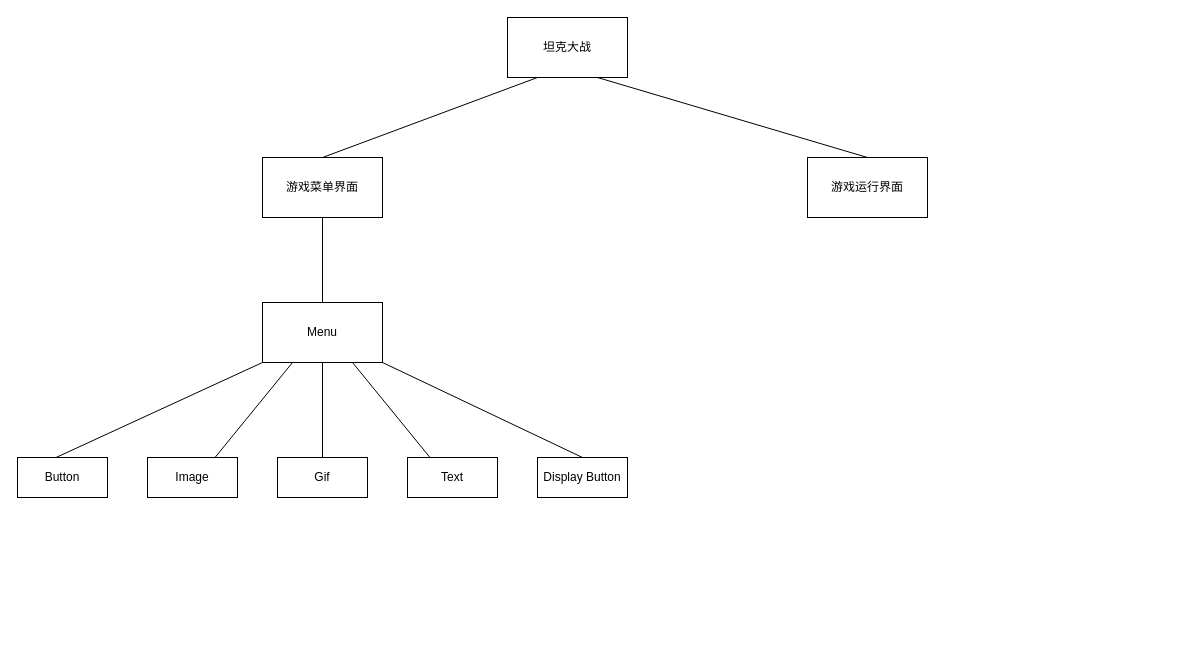
The draw.io diagram 坦克大战架构图.drawio in shinejjy/Flow-Chart, before the edit. Source tidied: cells renumbered, new cells numbered last; positions are measured from the earlier drawing's top-left corner, leaving out a move shared by most shapes. Both pictures are drawn from the tidied source at 100%, with x=0, y=0 at pixel (17, 17).
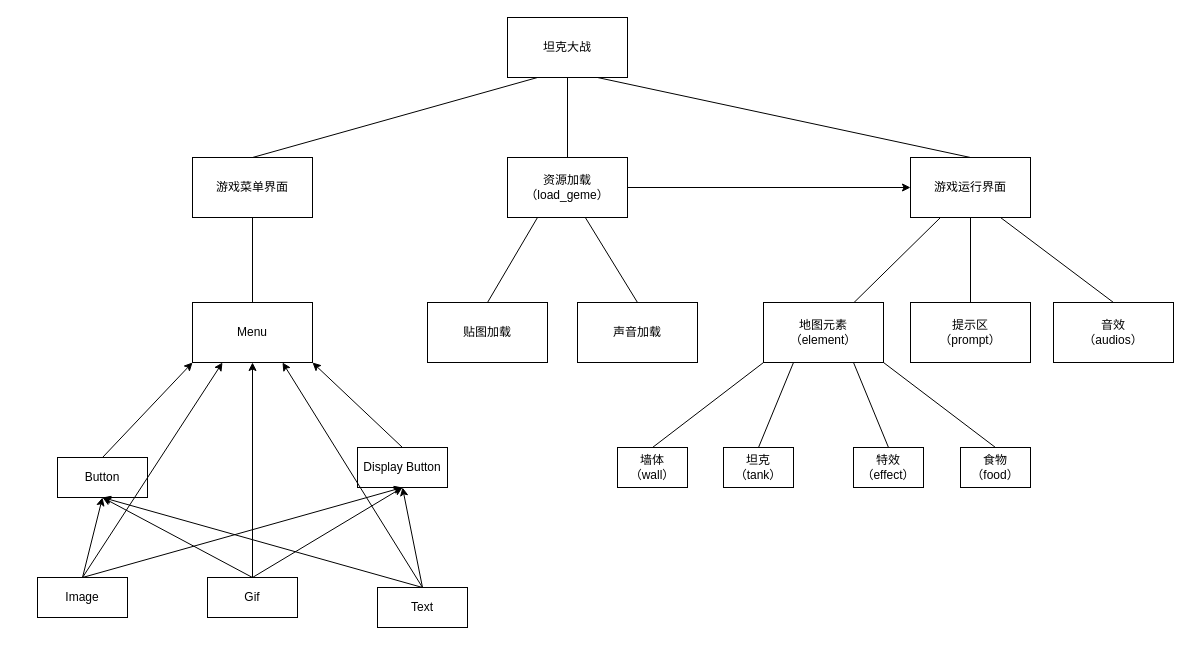
After the change.

The change refers to these unchanged cells:
```xml
<mxCell id="2" value="坦克大战" style="rounded=0;whiteSpace=wrap;html=1;" parent="1" vertex="1">
  <mxGeometry x="490" width="120" height="60" as="geometry" />
</mxCell>
```

Change to the diagram source:
```diff
@@
     <mxCell id="3" value="游戏菜单界面" style="rounded=0;whiteSpace=wrap;html=1;" parent="1" vertex="1">
-      <mxGeometry x="245" y="140" width="120" height="60" as="geometry" />
+      <mxGeometry x="175" y="140" width="120" height="60" as="geometry" />
     </mxCell>
     <mxCell id="4" value="游戏运行界面" style="rounded=0;whiteSpace=wrap;html=1;" parent="1" vertex="1">
-      <mxGeometry x="790" y="140" width="120" height="60" as="geometry" />
+      <mxGeometry x="893" y="140" width="120" height="60" as="geometry" />
     </mxCell>
     <mxCell id="5" value="Menu" style="rounded=0;whiteSpace=wrap;html=1;" parent="1" vertex="1">
-      <mxGeometry x="245" y="285" width="120" height="60" as="geometry" />
+      <mxGeometry x="175" y="285" width="120" height="60" as="geometry" />
     </mxCell>
@@
     <mxCell id="9" value="Image" style="rounded=0;whiteSpace=wrap;html=1;" parent="1" vertex="1">
-      <mxGeometry x="130" y="440" width="90" height="40" as="geometry" />
+      <mxGeometry x="20" y="560" width="90" height="40" as="geometry" />
     </mxCell>
     <mxCell id="10" value="Text" style="rounded=0;whiteSpace=wrap;html=1;" parent="1" vertex="1">
-      <mxGeometry x="390" y="440" width="90" height="40" as="geometry" />
+      <mxGeometry x="360" y="570" width="90" height="40" as="geometry" />
     </mxCell>
     <mxCell id="11" value="Display Button" style="rounded=0;whiteSpace=wrap;html=1;" parent="1" vertex="1">
-      <mxGeometry x="520" y="440" width="90" height="40" as="geometry" />
+      <mxGeometry x="340" y="430" width="90" height="40" as="geometry" />
     </mxCell>
     <mxCell id="12" value="Button" style="rounded=0;whiteSpace=wrap;html=1;" parent="1" vertex="1">
-      <mxGeometry y="440" width="90" height="40" as="geometry" />
+      <mxGeometry x="40" y="440" width="90" height="40" as="geometry" />
     </mxCell>
     <mxCell id="13" value="Gif" style="rounded=0;whiteSpace=wrap;html=1;" parent="1" vertex="1">
-      <mxGeometry x="260" y="440" width="90" height="40" as="geometry" />
+      <mxGeometry x="190" y="560" width="90" height="40" as="geometry" />
     </mxCell>
-    <mxCell id="14" style="endArrow=none;html=1;rounded=0;fillColor=#000000;entryX=0;entryY=1;entryDx=0;entryDy=0;exitX=0.428;exitY=0;exitDx=0;exitDy=0;exitPerimeter=0;" parent="1" edge="1" source="12" target="5">
-      <mxGeometry relative="1" as="geometry" />
-    </mxCell>
-    <mxCell id="15" style="endArrow=none;html=1;rounded=0;fillColor=#000000;entryX=0.25;entryY=1;entryDx=0;entryDy=0;exitX=0.75;exitY=0;exitDx=0;exitDy=0;" parent="1" edge="1" source="9" target="5">
-      <mxGeometry relative="1" as="geometry" />
-    </mxCell>
+    <mxCell id="19" style="endArrow=classic;html=1;rounded=0;entryX=0.5;entryY=1;entryDx=0;entryDy=0;exitX=0.5;exitY=0;exitDx=0;exitDy=0;" parent="1" edge="1" source="9" target="12">
+      <mxGeometry relative="1" as="geometry" />
+    </mxCell>
+    <mxCell id="20" style="endArrow=classic;html=1;rounded=0;entryX=0.5;entryY=1;entryDx=0;entryDy=0;exitX=0.5;exitY=0;exitDx=0;exitDy=0;" parent="1" edge="1" source="13" target="12">
+      <mxGeometry relative="1" as="geometry" />
+    </mxCell>
+    <mxCell id="21" style="endArrow=classic;html=1;rounded=0;exitX=0.5;exitY=0;exitDx=0;exitDy=0;entryX=0.5;entryY=1;entryDx=0;entryDy=0;" parent="1" edge="1" source="10" target="12">
+      <mxGeometry relative="1" as="geometry" />
+    </mxCell>
+    <mxCell id="22" style="endArrow=classic;html=1;rounded=0;exitX=0.5;exitY=0;exitDx=0;exitDy=0;entryX=0.5;entryY=1;entryDx=0;entryDy=0;" parent="1" edge="1" source="9" target="11">
+      <mxGeometry relative="1" as="geometry" />
+    </mxCell>
+    <mxCell id="23" style="endArrow=classic;html=1;rounded=0;exitX=0.5;exitY=0;exitDx=0;exitDy=0;entryX=0.5;entryY=1;entryDx=0;entryDy=0;" parent="1" edge="1" source="13" target="11">
+      <mxGeometry relative="1" as="geometry" />
+    </mxCell>
+    <mxCell id="24" style="endArrow=classic;html=1;rounded=0;exitX=0.5;exitY=0;exitDx=0;exitDy=0;entryX=0.5;entryY=1;entryDx=0;entryDy=0;" parent="1" edge="1" source="10" target="11">
+      <mxGeometry relative="1" as="geometry" />
+    </mxCell>
-    <mxCell id="16" style="endArrow=none;html=1;rounded=0;fillColor=#000000;entryX=0.5;entryY=1;entryDx=0;entryDy=0;" parent="1" edge="1" source="13" target="5">
+    <mxCell id="16" style="endArrow=classic;html=1;rounded=0;entryX=0.5;entryY=1;entryDx=0;entryDy=0;exitX=0.5;exitY=0;exitDx=0;exitDy=0;" parent="1" edge="1" source="13" target="5">
       <mxGeometry relative="1" as="geometry" />
     </mxCell>
-    <mxCell id="17" style="endArrow=none;html=1;rounded=0;fillColor=#000000;entryX=0.75;entryY=1;entryDx=0;entryDy=0;exitX=0.25;exitY=0;exitDx=0;exitDy=0;" parent="1" edge="1" source="10" target="5">
+    <mxCell id="17" style="endArrow=classic;html=1;rounded=0;entryX=0.75;entryY=1;entryDx=0;entryDy=0;exitX=0.5;exitY=0;exitDx=0;exitDy=0;" parent="1" edge="1" source="10" target="5">
       <mxGeometry relative="1" as="geometry" />
     </mxCell>
-    <mxCell id="18" style="endArrow=none;html=1;rounded=0;fillColor=#000000;entryX=1;entryY=1;entryDx=0;entryDy=0;exitX=0.5;exitY=0;exitDx=0;exitDy=0;" parent="1" edge="1" source="11" target="5">
+    <mxCell id="18" style="endArrow=classic;html=1;rounded=0;entryX=1;entryY=1;entryDx=0;entryDy=0;exitX=0.5;exitY=0;exitDx=0;exitDy=0;" parent="1" edge="1" source="11" target="5">
       <mxGeometry relative="1" as="geometry" />
     </mxCell>
+    <mxCell id="15" style="endArrow=classic;html=1;rounded=0;entryX=0.25;entryY=1;entryDx=0;entryDy=0;exitX=0.5;exitY=0;exitDx=0;exitDy=0;" parent="1" edge="1" source="9" target="5">
+      <mxGeometry relative="1" as="geometry" />
+    </mxCell>
+    <mxCell id="14" style="endArrow=classic;html=1;rounded=0;entryX=0;entryY=1;entryDx=0;entryDy=0;exitX=0.5;exitY=0;exitDx=0;exitDy=0;" parent="1" edge="1" source="12" target="5">
+      <mxGeometry relative="1" as="geometry" />
+    </mxCell>
+    <mxCell id="25" value="资源加载（load_geme）" style="rounded=0;whiteSpace=wrap;html=1;" parent="1" vertex="1">
+      <mxGeometry x="490" y="140" width="120" height="60" as="geometry" />
+    </mxCell>
+    <mxCell id="26" value="地图元素&lt;br&gt;（element）" style="rounded=0;whiteSpace=wrap;html=1;" parent="1" vertex="1">
+      <mxGeometry x="746" y="285" width="120" height="60" as="geometry" />
+    </mxCell>
+    <mxCell id="27" value="提示区&lt;br&gt;（prompt）" style="rounded=0;whiteSpace=wrap;html=1;" parent="1" vertex="1">
+      <mxGeometry x="893" y="285" width="120" height="60" as="geometry" />
+    </mxCell>
+    <mxCell id="28" style="endArrow=none;html=1;rounded=0;entryX=0.25;entryY=1;entryDx=0;entryDy=0;" parent="1" edge="1" source="26" target="4">
+      <mxGeometry relative="1" as="geometry" />
+    </mxCell>
+    <mxCell id="29" style="endArrow=none;html=1;rounded=0;entryX=0.5;entryY=1;entryDx=0;entryDy=0;exitX=0.5;exitY=0;exitDx=0;exitDy=0;" parent="1" edge="1" source="25" target="2">
+      <mxGeometry relative="1" as="geometry" />
+    </mxCell>
+    <mxCell id="30" style="endArrow=classic;html=1;rounded=0;entryX=0;entryY=0.5;entryDx=0;entryDy=0;exitX=1;exitY=0.5;exitDx=0;exitDy=0;" parent="1" edge="1" source="25" target="4">
+      <mxGeometry relative="1" as="geometry" />
+    </mxCell>
+    <mxCell id="31" style="endArrow=none;html=1;rounded=0;entryX=0.5;entryY=0;entryDx=0;entryDy=0;exitX=0.5;exitY=1;exitDx=0;exitDy=0;" parent="1" edge="1" source="4" target="27">
+      <mxGeometry relative="1" as="geometry" />
+    </mxCell>
+    <mxCell id="32" value="音效&lt;br&gt;（audios）" style="rounded=0;whiteSpace=wrap;html=1;" parent="1" vertex="1">
+      <mxGeometry x="1036" y="285" width="120" height="60" as="geometry" />
+    </mxCell>
+    <mxCell id="33" style="endArrow=none;html=1;rounded=0;entryX=0.75;entryY=1;entryDx=0;entryDy=0;exitX=0.5;exitY=0;exitDx=0;exitDy=0;" parent="1" edge="1" source="32" target="4">
+      <mxGeometry relative="1" as="geometry" />
+    </mxCell>
+    <mxCell id="34" value="墙体&lt;br&gt;（wall）" style="rounded=0;whiteSpace=wrap;html=1;" parent="1" vertex="1">
+      <mxGeometry x="600" y="430" width="70" height="40" as="geometry" />
+    </mxCell>
+    <mxCell id="35" value="坦克&lt;br&gt;（tank）" style="rounded=0;whiteSpace=wrap;html=1;" parent="1" vertex="1">
+      <mxGeometry x="706" y="430" width="70" height="40" as="geometry" />
+    </mxCell>
+    <mxCell id="36" value="特效&lt;br&gt;（effect）" style="rounded=0;whiteSpace=wrap;html=1;" parent="1" vertex="1">
+      <mxGeometry x="836" y="430" width="70" height="40" as="geometry" />
+    </mxCell>
+    <mxCell id="37" value="食物&lt;br&gt;（food）" style="rounded=0;whiteSpace=wrap;html=1;" parent="1" vertex="1">
+      <mxGeometry x="943" y="430" width="70" height="40" as="geometry" />
+    </mxCell>
+    <mxCell id="38" style="endArrow=none;html=1;rounded=0;entryX=0;entryY=1;entryDx=0;entryDy=0;exitX=0.5;exitY=0;exitDx=0;exitDy=0;" parent="1" edge="1" source="34" target="26">
+      <mxGeometry relative="1" as="geometry" />
+    </mxCell>
+    <mxCell id="39" style="endArrow=none;html=1;rounded=0;entryX=0.25;entryY=1;entryDx=0;entryDy=0;exitX=0.5;exitY=0;exitDx=0;exitDy=0;" parent="1" edge="1" source="35" target="26">
+      <mxGeometry relative="1" as="geometry" />
+    </mxCell>
+    <mxCell id="40" style="endArrow=none;html=1;rounded=0;entryX=0.75;entryY=1;entryDx=0;entryDy=0;exitX=0.5;exitY=0;exitDx=0;exitDy=0;" parent="1" edge="1" source="36" target="26">
+      <mxGeometry relative="1" as="geometry" />
+    </mxCell>
+    <mxCell id="41" style="endArrow=none;html=1;rounded=0;entryX=1;entryY=1;entryDx=0;entryDy=0;exitX=0.5;exitY=0;exitDx=0;exitDy=0;" parent="1" edge="1" source="37" target="26">
+      <mxGeometry relative="1" as="geometry" />
+    </mxCell>
+    <mxCell id="42" value="贴图加载" style="rounded=0;whiteSpace=wrap;html=1;" parent="1" vertex="1">
+      <mxGeometry x="410" y="285" width="120" height="60" as="geometry" />
+    </mxCell>
+    <mxCell id="43" value="声音加载" style="rounded=0;whiteSpace=wrap;html=1;" parent="1" vertex="1">
+      <mxGeometry x="560" y="285" width="120" height="60" as="geometry" />
+    </mxCell>
+    <mxCell id="44" style="endArrow=none;html=1;rounded=0;entryX=0.25;entryY=1;entryDx=0;entryDy=0;exitX=0.5;exitY=0;exitDx=0;exitDy=0;" parent="1" edge="1" source="42" target="25">
+      <mxGeometry relative="1" as="geometry" />
+    </mxCell>
+    <mxCell id="45" style="endArrow=none;html=1;rounded=0;entryX=0.646;entryY=0.992;entryDx=0;entryDy=0;entryPerimeter=0;exitX=0.5;exitY=0;exitDx=0;exitDy=0;" parent="1" edge="1" source="43" target="25">
+      <mxGeometry relative="1" as="geometry" />
+    </mxCell>
```
